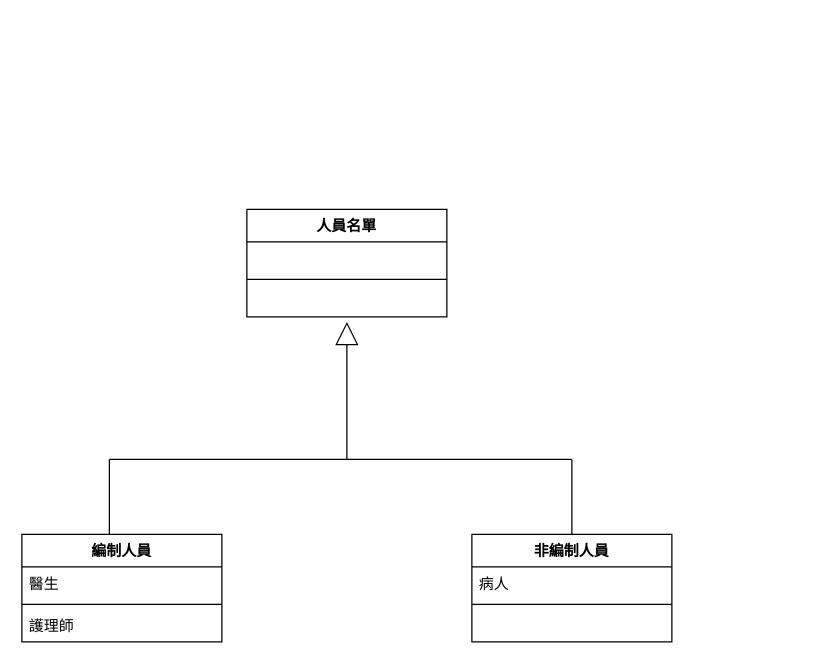
Earlier version of the draw.io diagram Clinic.drawio (35596035/110-2HW2). Source tidied: cells renumbered, new cells numbered last; positions are measured from the earlier drawing's top-left corner, leaving out a move shared by most shapes. Both pictures are drawn from the tidied source at 125%, with x=0, y=0 at pixel (21, 209).
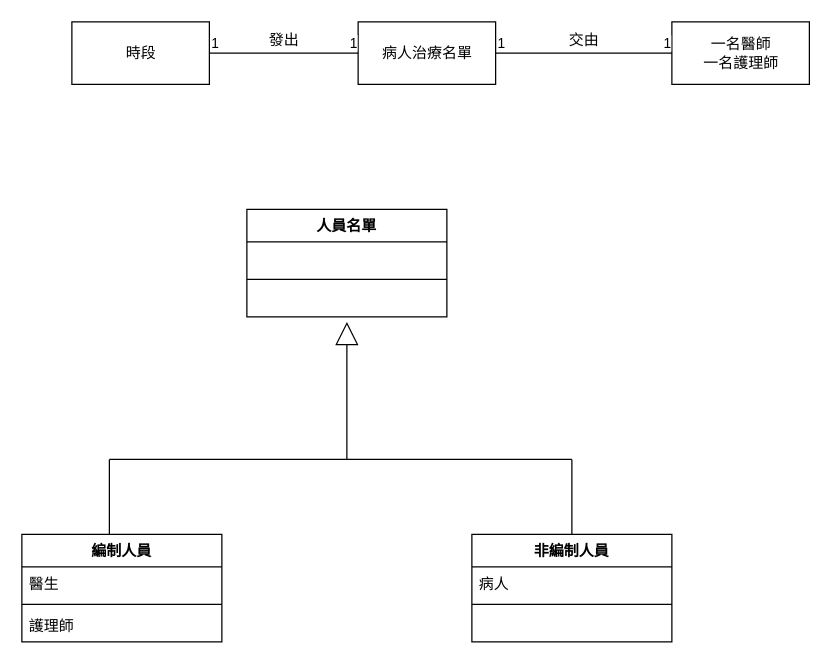
After the change.

The edit, as a diff of the source:
```diff
@@
+    <mxCell id="18" value="時段" style="html=1;" parent="1" vertex="1">
+      <mxGeometry x="40" y="-150" width="110" height="50" as="geometry" />
+    </mxCell>
+    <mxCell id="19" value="病人治療名單" style="html=1;" parent="1" vertex="1">
+      <mxGeometry x="269" y="-150" width="110" height="50" as="geometry" />
+    </mxCell>
+    <mxCell id="20" value="一名醫師&lt;br&gt;一名護理師" style="html=1;" parent="1" vertex="1">
+      <mxGeometry x="520" y="-150" width="110" height="50" as="geometry" />
+    </mxCell>
+    <mxCell id="21" style="endArrow=none;html=1;edgeStyle=orthogonalEdgeStyle;rounded=0;entryX=0;entryY=0.5;entryDx=0;entryDy=0;exitX=1;exitY=0.5;exitDx=0;exitDy=0;" parent="1" edge="1" source="18" target="19">
+      <mxGeometry relative="1" as="geometry" />
+    </mxCell>
+    <mxCell id="22" value="1" style="edgeLabel;html=1;align=left;verticalAlign=bottom;" parent="21" vertex="1">
+      <mxGeometry x="-1" relative="1" as="geometry" />
+    </mxCell>
+    <mxCell id="23" value="1" style="edgeLabel;html=1;align=right;verticalAlign=bottom;" parent="21" vertex="1">
+      <mxGeometry x="1" relative="1" as="geometry" />
+    </mxCell>
+    <mxCell id="24" value="發出" style="text;html=1;strokeColor=none;fillColor=none;align=center;verticalAlign=middle;whiteSpace=wrap;rounded=0;" parent="1" vertex="1">
+      <mxGeometry x="180" y="-150" width="60" height="30" as="geometry" />
+    </mxCell>
+    <mxCell id="25" style="endArrow=none;html=1;edgeStyle=orthogonalEdgeStyle;rounded=0;exitX=1;exitY=0.5;exitDx=0;exitDy=0;entryX=0;entryY=0.5;entryDx=0;entryDy=0;" parent="1" edge="1" source="19" target="20">
+      <mxGeometry relative="1" as="geometry" />
+    </mxCell>
+    <mxCell id="26" value="1" style="edgeLabel;html=1;align=left;verticalAlign=bottom;" parent="25" vertex="1">
+      <mxGeometry x="-1" relative="1" as="geometry" />
+    </mxCell>
+    <mxCell id="27" value="1" style="edgeLabel;html=1;align=right;verticalAlign=bottom;" parent="25" vertex="1">
+      <mxGeometry x="1" relative="1" as="geometry" />
+    </mxCell>
+    <mxCell id="28" value="交由" style="text;html=1;strokeColor=none;fillColor=none;align=center;verticalAlign=middle;whiteSpace=wrap;rounded=0;" parent="1" vertex="1">
+      <mxGeometry x="420" y="-150" width="60" height="30" as="geometry" />
+    </mxCell>
```
